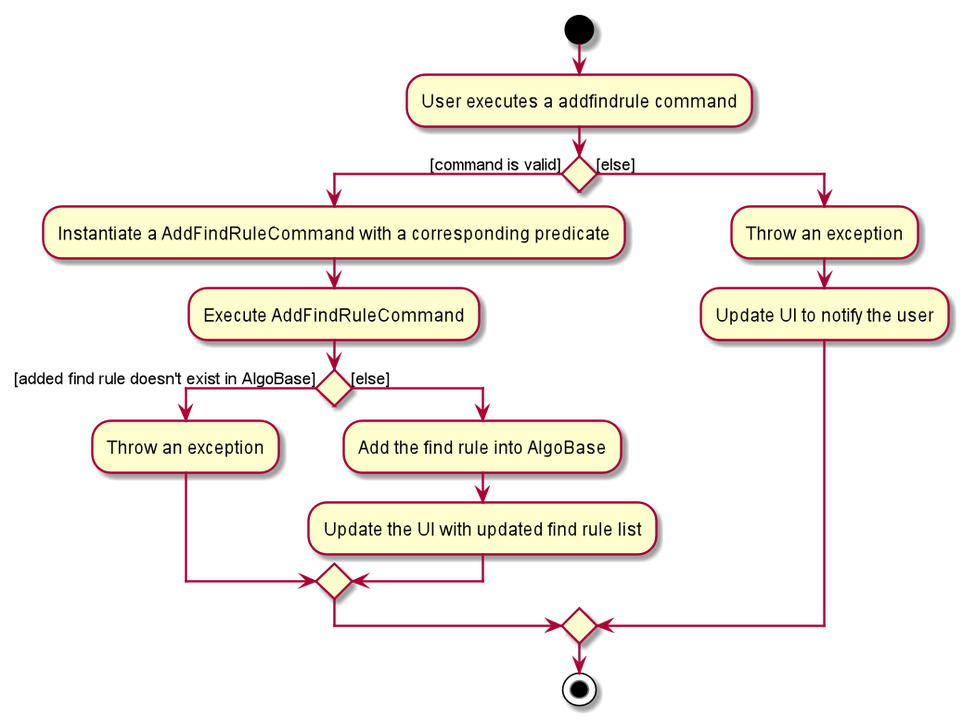
Before: docs/images/savefindrule/AddFindRuleActivityDiagram.png, a diagram exported from PlantUML (nus-cs2103-AY1920S1/addressbook-level3). Source of this version:
```plantuml
@startuml

start

:User executes a addfindrule command;

if () then ([command is valid])
	:Instantiate a AddFindRuleCommand with a corresponding predicate;
	:Execute AddFindRuleCommand;
	if() then ([added find rule doesn't exist in AlgoBase])
	    :Throw an exception;
	else ([else])
	    :Add the find rule into AlgoBase;
	    :Update the UI with updated find rule list;
	endif
else ([else])
	:Throw an exception;
	:Update UI to notify the user;
endif

stop

@enduml
```
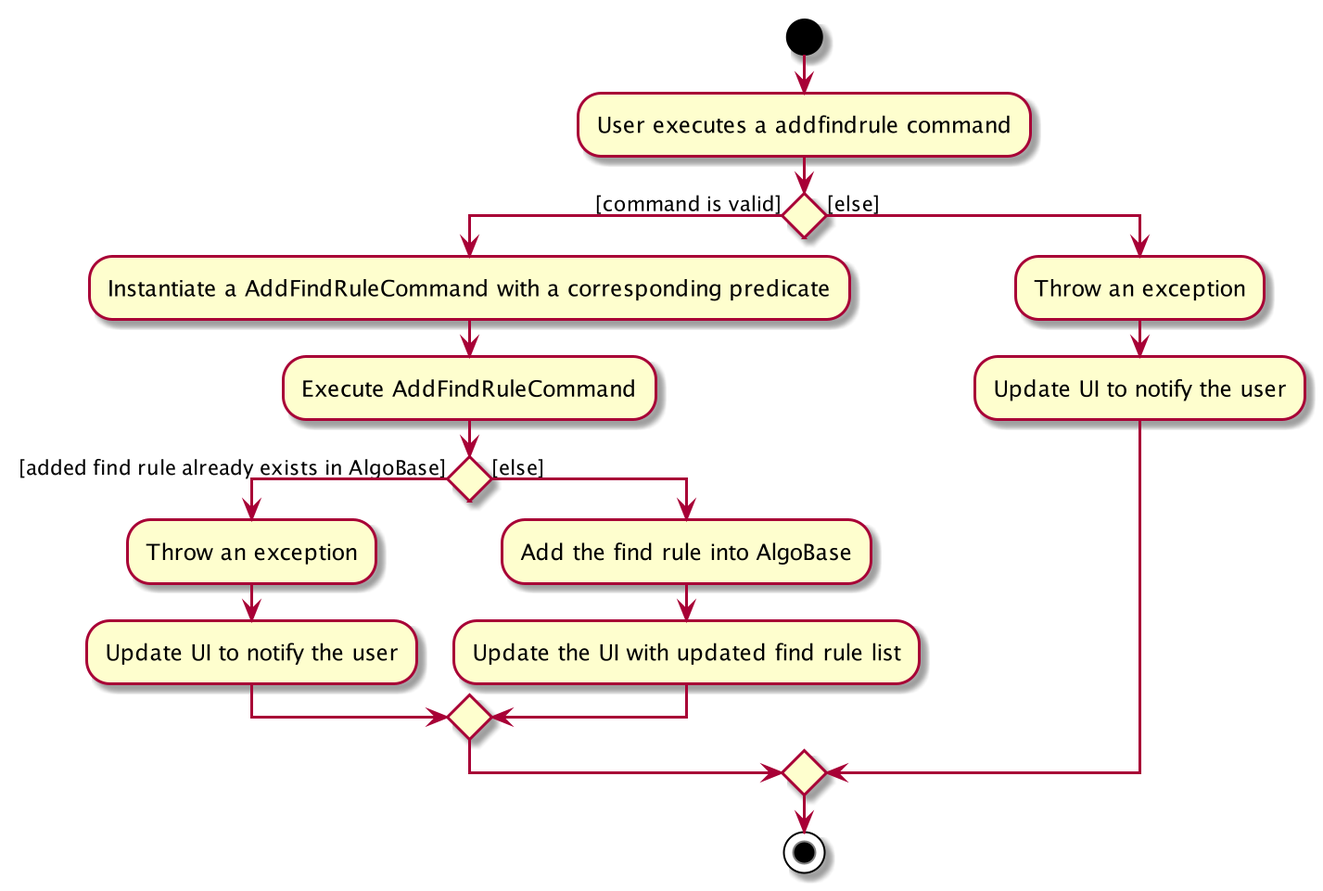
After the commit.

What changed in the source:
```diff
@@ -7,8 +7,9 @@
 if () then ([command is valid])
 	:Instantiate a AddFindRuleCommand with a corresponding predicate;
 	:Execute AddFindRuleCommand;
-	if() then ([added find rule doesn't exist in AlgoBase])
+	if() then ([added find rule already exists in AlgoBase])
 	    :Throw an exception;
+	    :Update UI to notify the user;
 	else ([else])
 	    :Add the find rule into AlgoBase;
 	    :Update the UI with updated find rule list;
```
